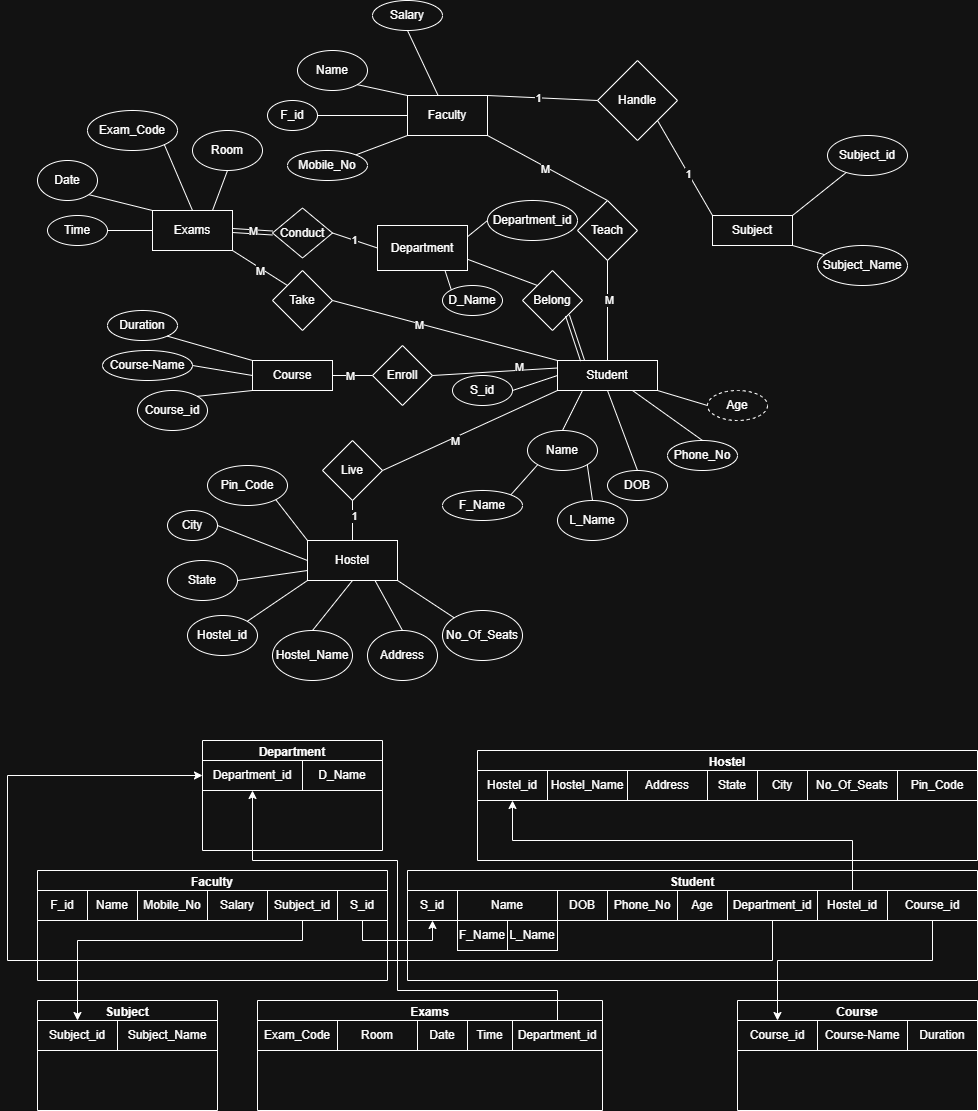
Before: ERD/CollegeERD&Mapping.drawio.png, a diagram exported from draw.io (HaroonAlQasmi/DataBaseLeaning). Source tidied: cells renumbered, new cells last; positions are measured from the earlier drawing's top-left corner, leaving out a move shared by most shapes.
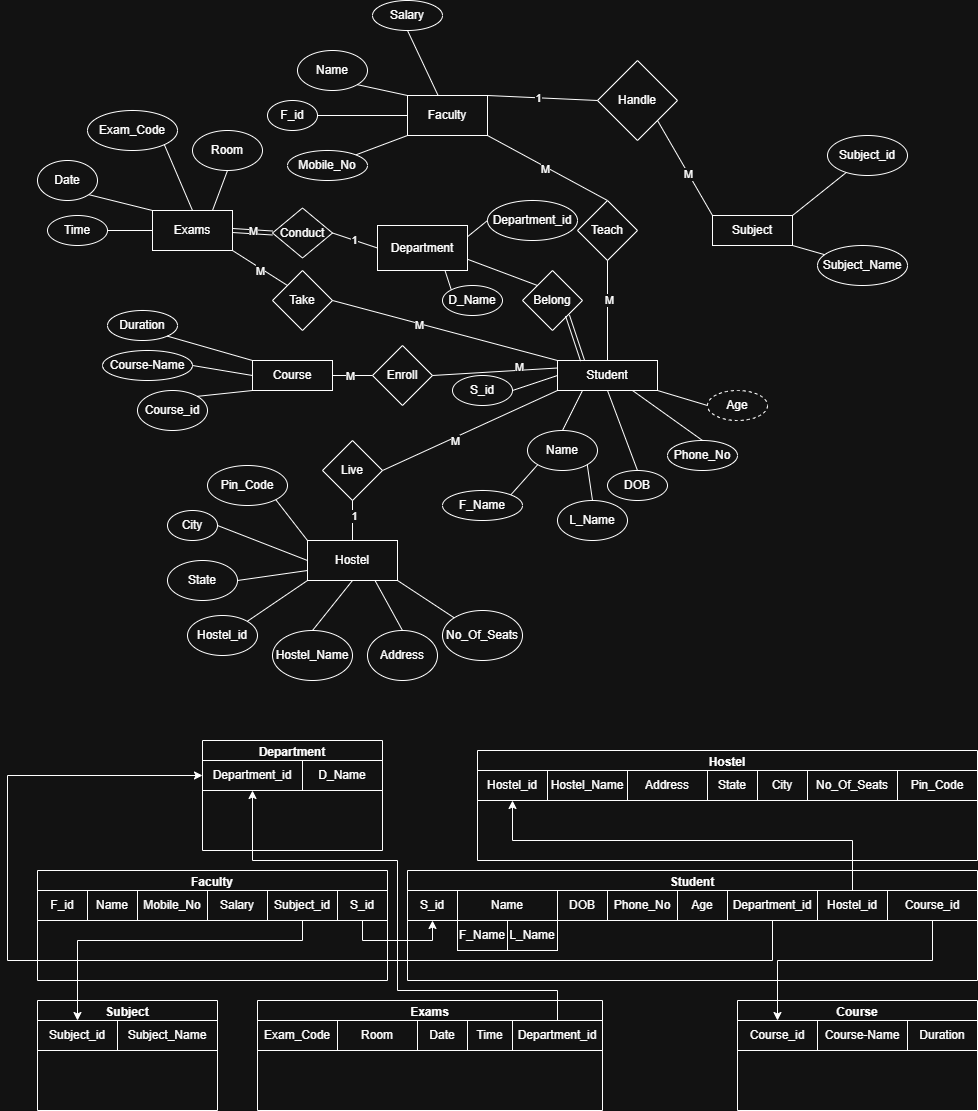
Later version of the same file.

Change to the diagram source:
```diff
@@ -257,7 +257,7 @@
     <mxCell id="86" style="endArrow=none;html=1;rounded=0;entryX=1;entryY=1;entryDx=0;entryDy=0;exitX=0;exitY=0;exitDx=0;exitDy=0;" parent="1" edge="1" source="62" target="14">
       <mxGeometry relative="1" as="geometry" />
     </mxCell>
-    <mxCell id="87" value="1" style="edgeLabel;html=1;align=center;verticalAlign=middle;" parent="86" vertex="1">
+    <mxCell id="87" value="M" style="edgeLabel;html=1;align=center;verticalAlign=middle;" parent="86" vertex="1">
       <mxGeometry x="-0.12" relative="1" as="geometry" />
     </mxCell>
     <mxCell id="88" style="endArrow=none;html=1;rounded=0;exitX=1;exitY=0.5;exitDx=0;exitDy=0;entryX=0;entryY=0.25;entryDx=0;entryDy=0;" parent="1" edge="1" source="32" target="17">
```
